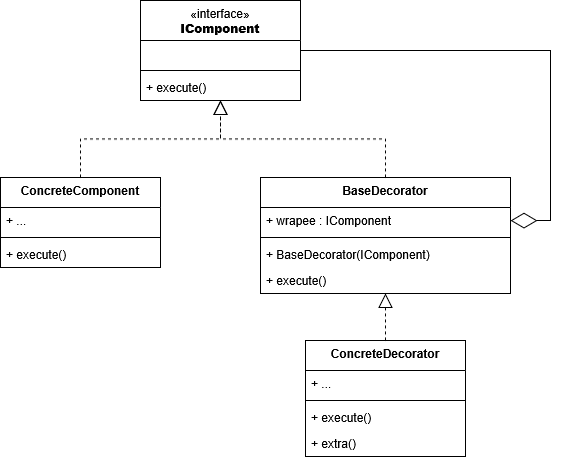
Before: structurals/resources/decorator_components.drawio.png, a diagram exported from draw.io (devgalop/design-patterns-csharp). Source tidied: cells renumbered, new cells last; positions are measured from the earlier drawing's top-left corner, leaving out a move shared by most shapes.
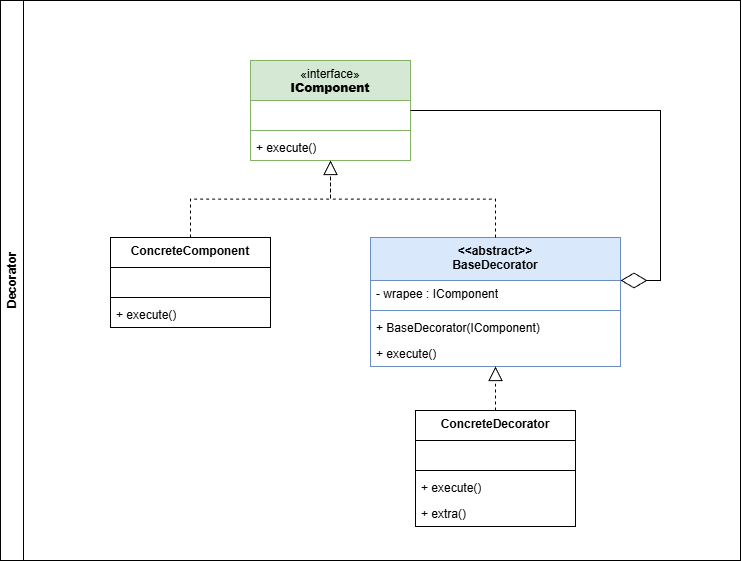
Above is the later version.

What changed in the source:
```diff
@@ -1,8 +1,8 @@
-<mxGraphModel>
+<mxGraphModel background="#ffffff">
   <root>
     <mxCell id="0" />
     <mxCell id="1" parent="0" />
-    <mxCell id="2" value="&lt;span style=&quot;font-weight: normal;&quot;&gt;«interface»&lt;/span&gt;&lt;br&gt;&lt;b&gt;IComponent&lt;/b&gt;" style="swimlane;fontStyle=1;align=center;verticalAlign=top;horizontal=1;startSize=40;whiteSpace=wrap;html=1;" parent="1" vertex="1">
+    <mxCell id="2" value="&lt;span style=&quot;font-weight: normal;&quot;&gt;«interface»&lt;/span&gt;&lt;br&gt;&lt;b&gt;IComponent&lt;/b&gt;" style="swimlane;fontStyle=1;align=center;verticalAlign=top;horizontal=1;startSize=40;whiteSpace=wrap;html=1;fillColor=#d5e8d4;strokeColor=#82b366;" parent="1" vertex="1">
       <mxGeometry x="140" width="160" height="100" as="geometry" />
     </mxCell>
     <mxCell id="3" value="&amp;nbsp;" style="text;strokeColor=none;fillColor=none;align=left;verticalAlign=top;spacingLeft=4;spacingRight=4;overflow=hidden;whiteSpace=wrap;html=1;" parent="2" vertex="1">
@@ -17,7 +17,7 @@
     <mxCell id="6" value="ConcreteComponent" style="swimlane;fontStyle=1;align=center;verticalAlign=top;horizontal=1;startSize=30;whiteSpace=wrap;html=1;" parent="1" vertex="1">
       <mxGeometry y="177" width="160" height="90" as="geometry" />
     </mxCell>
-    <mxCell id="7" value="+ ..." style="text;strokeColor=none;fillColor=none;align=left;verticalAlign=top;spacingLeft=4;spacingRight=4;overflow=hidden;whiteSpace=wrap;html=1;" parent="6" vertex="1">
+    <mxCell id="7" value="&amp;nbsp;" style="text;strokeColor=none;fillColor=none;align=left;verticalAlign=top;spacingLeft=4;spacingRight=4;overflow=hidden;whiteSpace=wrap;html=1;" parent="6" vertex="1">
       <mxGeometry y="30" width="160" height="26" as="geometry" />
     </mxCell>
     <mxCell id="8" style="line;strokeWidth=1;fillColor=none;align=left;verticalAlign=middle;spacingTop=-1;spacingLeft=3;spacingRight=3;labelPosition=right;strokeColor=inherit;" parent="6" vertex="1">
@@ -26,25 +26,45 @@
     <mxCell id="9" value="+ execute()" style="text;strokeColor=none;fillColor=none;align=left;verticalAlign=top;spacingLeft=4;spacingRight=4;overflow=hidden;whiteSpace=wrap;html=1;" parent="6" vertex="1">
       <mxGeometry y="64" width="160" height="26" as="geometry" />
     </mxCell>
-    <mxCell id="10" value="BaseDecorator" style="swimlane;fontStyle=1;align=center;verticalAlign=top;horizontal=1;startSize=30;whiteSpace=wrap;html=1;" parent="1" vertex="1">
-      <mxGeometry x="260" y="177" width="250" height="116" as="geometry" />
+    <mxCell id="10" value="&amp;lt;&amp;lt;abstract&amp;gt;&amp;gt;&lt;br&gt;BaseDecorator" style="swimlane;fontStyle=1;align=center;verticalAlign=top;horizontal=1;startSize=43;whiteSpace=wrap;html=1;fillColor=#dae8fc;strokeColor=#6c8ebf;" parent="1" vertex="1">
+      <mxGeometry x="260" y="177" width="250" height="129" as="geometry" />
     </mxCell>
-    <mxCell id="11" value="+ wrapee : IComponent" style="text;strokeColor=none;fillColor=none;align=left;verticalAlign=top;spacingLeft=4;spacingRight=4;overflow=hidden;whiteSpace=wrap;html=1;" parent="10" vertex="1">
-      <mxGeometry y="30" width="250" height="26" as="geometry" />
+    <mxCell id="11" value="- wrapee : IComponent" style="text;strokeColor=none;fillColor=none;align=left;verticalAlign=top;spacingLeft=4;spacingRight=4;overflow=hidden;whiteSpace=wrap;html=1;" parent="10" vertex="1">
+      <mxGeometry y="43" width="250" height="26" as="geometry" />
     </mxCell>
     <mxCell id="12" style="line;strokeWidth=1;fillColor=none;align=left;verticalAlign=middle;spacingTop=-1;spacingLeft=3;spacingRight=3;labelPosition=right;strokeColor=inherit;" parent="10" vertex="1">
-      <mxGeometry y="56" width="250" height="8" as="geometry" />
+      <mxGeometry y="69" width="250" height="8" as="geometry" />
     </mxCell>
     <mxCell id="13" value="+ BaseDecorator(IComponent)" style="text;strokeColor=none;fillColor=none;align=left;verticalAlign=top;spacingLeft=4;spacingRight=4;overflow=hidden;whiteSpace=wrap;html=1;" parent="10" vertex="1">
-      <mxGeometry y="64" width="250" height="26" as="geometry" />
+      <mxGeometry y="77" width="250" height="26" as="geometry" />
     </mxCell>
     <mxCell id="14" value="+ execute()" style="text;strokeColor=none;fillColor=none;align=left;verticalAlign=top;spacingLeft=4;spacingRight=4;overflow=hidden;whiteSpace=wrap;html=1;" parent="10" vertex="1">
-      <mxGeometry y="90" width="250" height="26" as="geometry" />
+      <mxGeometry y="103" width="250" height="26" as="geometry" />
     </mxCell>
+    <mxCell id="20" style="endArrow=block;dashed=1;endFill=0;endSize=12;html=1;rounded=0;edgeStyle=orthogonalEdgeStyle;" parent="1" edge="1" source="6" target="2">
+      <mxGeometry relative="1" as="geometry" />
+    </mxCell>
+    <mxCell id="21" style="endArrow=block;dashed=1;endFill=0;endSize=12;html=1;rounded=0;edgeStyle=orthogonalEdgeStyle;" parent="1" edge="1" source="10" target="2">
+      <mxGeometry relative="1" as="geometry" />
+    </mxCell>
+    <mxCell id="22" style="endArrow=diamondThin;endFill=0;endSize=24;html=1;rounded=0;edgeStyle=orthogonalEdgeStyle;" parent="1" edge="1" source="2" target="10">
+      <mxGeometry relative="1" as="geometry">
+        <Array as="points">
+          <mxPoint x="550" y="50" />
+          <mxPoint x="550" y="220" />
+        </Array>
+      </mxGeometry>
+    </mxCell>
+    <mxCell id="23" style="endArrow=block;dashed=1;endFill=0;endSize=12;html=1;rounded=0;" parent="1" edge="1" source="15" target="10">
+      <mxGeometry relative="1" as="geometry" />
+    </mxCell>
+    <mxCell id="24" value="Decorator" style="swimlane;horizontal=0;whiteSpace=wrap;html=1;" parent="1" vertex="1">
+      <mxGeometry x="-110" y="-60" width="740" height="560" as="geometry" />
+    </mxCell>
-    <mxCell id="15" value="ConcreteDecorator" style="swimlane;fontStyle=1;align=center;verticalAlign=top;horizontal=1;startSize=30;whiteSpace=wrap;html=1;" parent="1" vertex="1">
-      <mxGeometry x="305" y="340" width="160" height="116" as="geometry" />
+    <mxCell id="15" value="ConcreteDecorator" style="swimlane;fontStyle=1;align=center;verticalAlign=top;horizontal=1;startSize=30;whiteSpace=wrap;html=1;" parent="24" vertex="1">
+      <mxGeometry x="415" y="410" width="160" height="116" as="geometry" />
     </mxCell>
-    <mxCell id="16" value="+ ..." style="text;strokeColor=none;fillColor=none;align=left;verticalAlign=top;spacingLeft=4;spacingRight=4;overflow=hidden;whiteSpace=wrap;html=1;" parent="15" vertex="1">
+    <mxCell id="16" value="&amp;nbsp;" style="text;strokeColor=none;fillColor=none;align=left;verticalAlign=top;spacingLeft=4;spacingRight=4;overflow=hidden;whiteSpace=wrap;html=1;" parent="15" vertex="1">
       <mxGeometry y="30" width="160" height="26" as="geometry" />
     </mxCell>
     <mxCell id="17" style="line;strokeWidth=1;fillColor=none;align=left;verticalAlign=middle;spacingTop=-1;spacingLeft=3;spacingRight=3;labelPosition=right;strokeColor=inherit;" parent="15" vertex="1">
@@ -56,22 +76,5 @@
     <mxCell id="19" value="+ extra()" style="text;strokeColor=none;fillColor=none;align=left;verticalAlign=top;spacingLeft=4;spacingRight=4;overflow=hidden;whiteSpace=wrap;html=1;" parent="15" vertex="1">
       <mxGeometry y="90" width="160" height="26" as="geometry" />
     </mxCell>
-    <mxCell id="20" style="endArrow=block;dashed=1;endFill=0;endSize=12;html=1;rounded=0;edgeStyle=orthogonalEdgeStyle;" parent="1" edge="1" source="6" target="2">
-      <mxGeometry relative="1" as="geometry" />
-    </mxCell>
-    <mxCell id="21" style="endArrow=block;dashed=1;endFill=0;endSize=12;html=1;rounded=0;edgeStyle=orthogonalEdgeStyle;" parent="1" edge="1" source="10" target="2">
-      <mxGeometry relative="1" as="geometry" />
-    </mxCell>
-    <mxCell id="22" style="endArrow=diamondThin;endFill=0;endSize=24;html=1;rounded=0;edgeStyle=orthogonalEdgeStyle;" parent="1" edge="1" source="2" target="10">
-      <mxGeometry relative="1" as="geometry">
-        <Array as="points">
-          <mxPoint x="550" y="50" />
-          <mxPoint x="550" y="220" />
-        </Array>
-      </mxGeometry>
-    </mxCell>
-    <mxCell id="23" style="endArrow=block;dashed=1;endFill=0;endSize=12;html=1;rounded=0;" parent="1" edge="1" source="15" target="10">
-      <mxGeometry relative="1" as="geometry" />
-    </mxCell>
   </root>
 </mxGraphModel>
```
